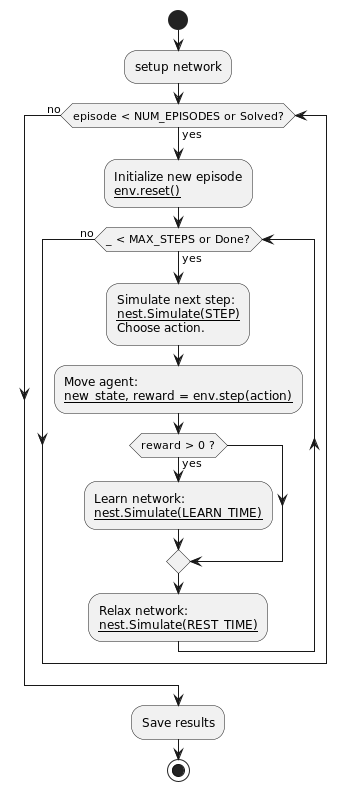
This is doc/high-level-block-diagram_en.png from borkox/uni-sofia-pre-masters-project, a PlantUML export, as it was before one commit. Its diagram source:
```plantuml
@startuml

start
:setup network;
while (episode < NUM_EPISODES or Solved?) is (yes)
    :Initialize new episode
    __env.reset()__;

    while (_ < MAX_STEPS or Done?) is (yes)
      :Simulate next step:
      __nest.Simulate(STEP)__
      Choose action.;
      :Move agent:
      __new_state, reward = env.step(action)__;
      if (reward > 0 ?) then (yes)
        :Learn network:
        __nest.Simulate(LEARN_TIME)__;
      endif
      :Relax network:
      __nest.Simulate(REST_TIME)__;
    endwhile (no)
endwhile (no)

:Save results;

stop

@enduml
```
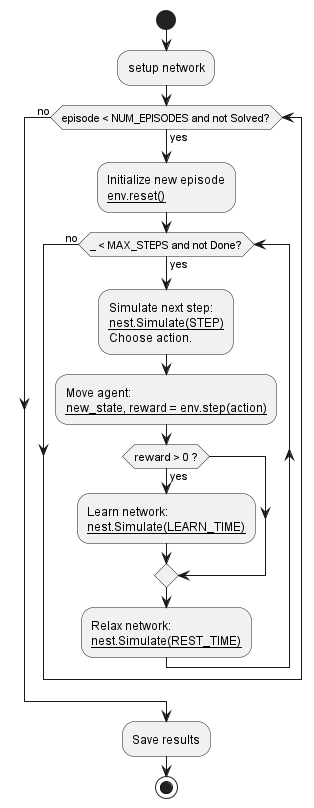
The same file after the commit.

Change to the diagram source:
```diff
@@ -2,11 +2,11 @@
 
 start
 :setup network;
-while (episode < NUM_EPISODES or Solved?) is (yes)
+while (episode < NUM_EPISODES and not Solved?) is (yes)
     :Initialize new episode
     __env.reset()__;
 
-    while (_ < MAX_STEPS or Done?) is (yes)
+    while (_ < MAX_STEPS and not Done?) is (yes)
       :Simulate next step:
       __nest.Simulate(STEP)__
       Choose action.;
```
